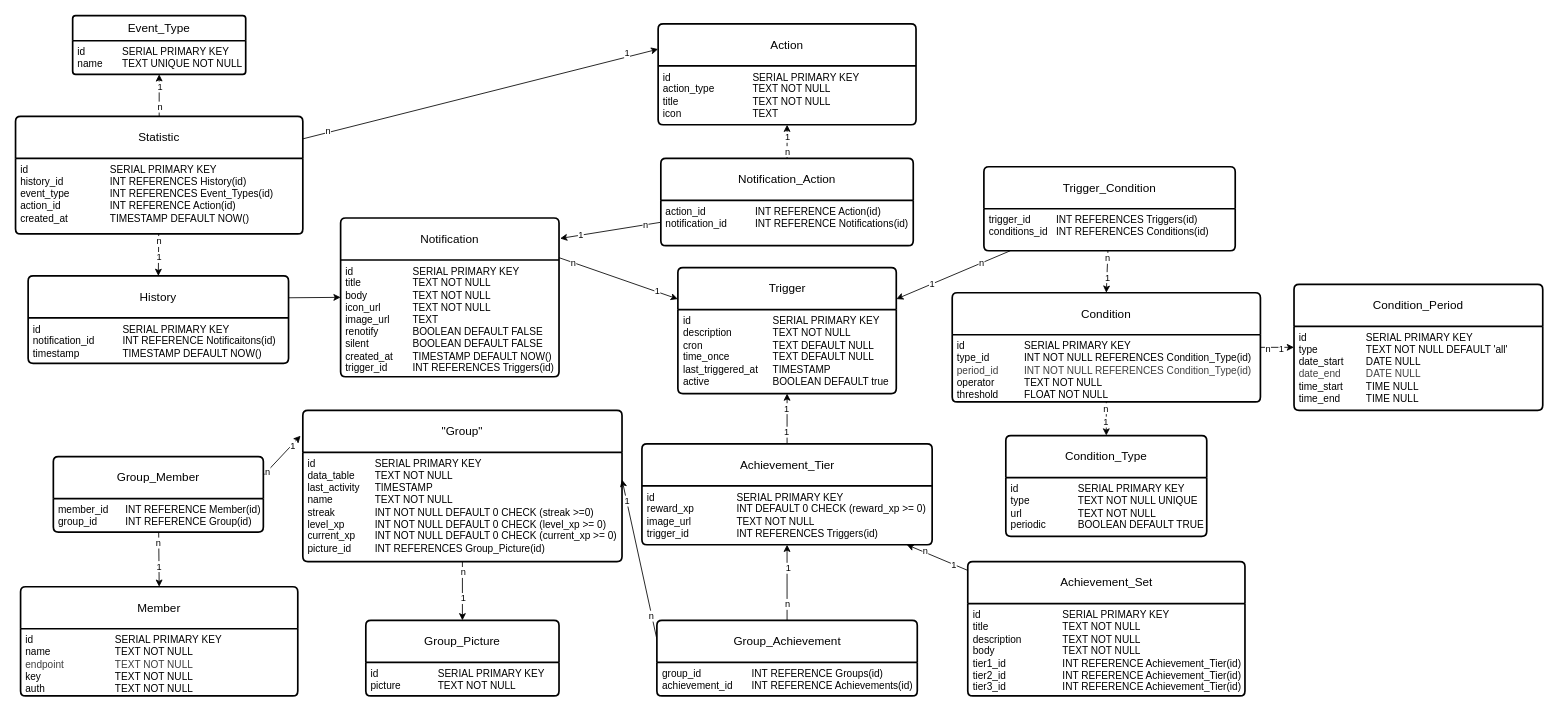
Before: Database/docs/database_construction.drawio in olHannes/WebPush-Docs, a draw.io diagram. Source tidied: cells renumbered, new cells numbered last; positions are measured from the earlier drawing's top-left corner, leaving out a move shared by most shapes. Both pictures are drawn from the tidied source at 84%, with x=0, y=0 at pixel (15, 15).
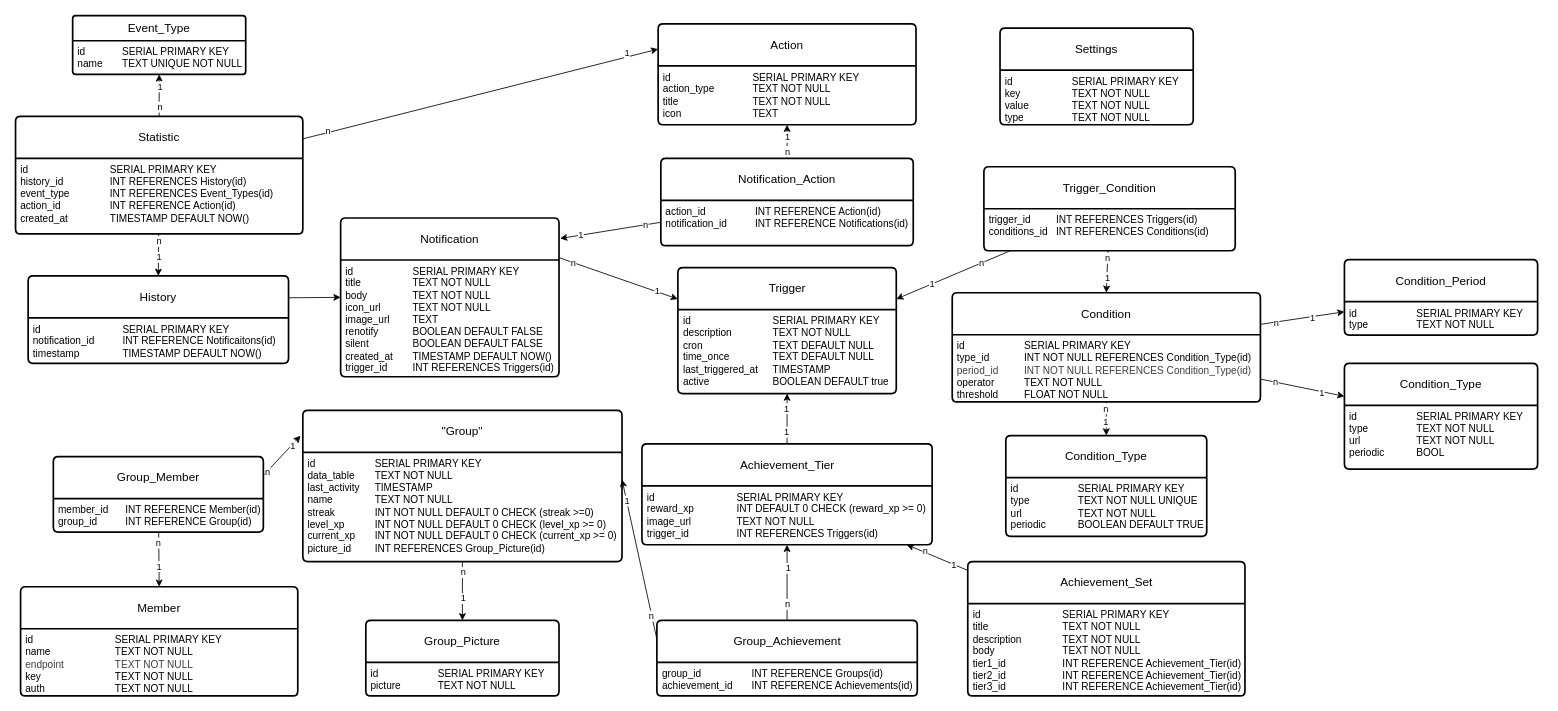
The same diagram, later.

Commit message:
updated database diagram

Unchanged cells that the change refers to:
```xml
<mxCell id="60" value="Condition" style="swimlane;horizontal=1;startSize=50;rounded=1;fontSize=14;fontStyle=0;strokeWidth=2;shadow=0;dashed=0;align=center;arcSize=4;whiteSpace=wrap;html=1;" parent="1" vertex="1">
  <mxGeometry x="1115.1" y="330" width="366.9" height="130" as="geometry" />
</mxCell>
```

Change to the diagram source:
```diff
@@
+    <mxCell id="90" style="edgeStyle=none;html=1;" parent="1" edge="1" source="60" target="93">
+      <mxGeometry relative="1" as="geometry" />
+    </mxCell>
+    <mxCell id="91" value="1" style="edgeLabel;html=1;align=center;verticalAlign=middle;" parent="90" vertex="1">
+      <mxGeometry x="0.44" y="-1" relative="1" as="geometry" />
+    </mxCell>
+    <mxCell id="92" value="n" style="edgeLabel;html=1;align=center;verticalAlign=middle;" parent="90" vertex="1">
+      <mxGeometry x="-0.67" y="1" relative="1" as="geometry">
+        <mxPoint x="1" as="offset" />
+      </mxGeometry>
+    </mxCell>
@@
     <mxCell id="85" value="Condition_Period" style="swimlane;horizontal=1;startSize=50;rounded=1;fontSize=14;fontStyle=0;strokeWidth=2;shadow=0;dashed=0;align=center;arcSize=4;whiteSpace=wrap;html=1;" parent="1" vertex="1">
-      <mxGeometry x="1522" y="320" width="296.1" height="150" as="geometry" />
+      <mxGeometry x="1582" y="290.5" width="230" height="90" as="geometry" />
     </mxCell>
-    <mxCell id="86" value="&lt;div&gt;&lt;div&gt;&lt;div&gt;id&lt;span style=&quot;white-space: pre;&quot;&gt;&#9;&lt;/span&gt;&lt;span style=&quot;white-space: pre;&quot;&gt;&#9;&lt;/span&gt;&lt;span style=&quot;white-space: pre;&quot;&gt;&#9;&lt;/span&gt;SERIAL PRIMARY KEY&lt;/div&gt;&lt;/div&gt;&lt;/div&gt;&lt;div&gt;type&lt;span style=&quot;white-space: pre;&quot;&gt;&#9;&lt;/span&gt;&lt;span style=&quot;white-space: pre;&quot;&gt;&#9;&lt;span style=&quot;white-space: pre;&quot;&gt;&#9;&lt;/span&gt;TEXT NOT NULL DEFAULT 'all'&lt;/span&gt;&lt;/div&gt;&lt;div&gt;date_start&amp;nbsp;&lt;span style=&quot;white-space: pre;&quot;&gt;&#9;&lt;/span&gt;DATE NULL&lt;/div&gt;&lt;div&gt;&lt;span style=&quot;color: rgb(63, 63, 63);&quot;&gt;date_end&amp;nbsp;&lt;/span&gt;&lt;span style=&quot;color: rgb(63, 63, 63); scrollbar-color: rgb(226, 226, 226) rgb(251, 251, 251); white-space-collapse: preserve;&quot;&gt;&#9;&lt;/span&gt;&lt;span style=&quot;color: rgb(63, 63, 63);&quot;&gt;DATE NULL&lt;/span&gt;&lt;/div&gt;&lt;div&gt;time_start&lt;span style=&quot;white-space: pre;&quot;&gt;&#9;&lt;/span&gt;TIME NULL&lt;/div&gt;&lt;div&gt;time_end&lt;span style=&quot;white-space: pre;&quot;&gt;&#9;&lt;/span&gt;&lt;span style=&quot;white-space: pre;&quot;&gt;&#9;&lt;/span&gt;TIME NULL&lt;/div&gt;" style="align=left;strokeColor=none;fillColor=none;spacingLeft=4;fontSize=12;verticalAlign=top;html=1;" parent="85" vertex="1">
-      <mxGeometry y="50" width="296.1" height="100" as="geometry" />
+    <mxCell id="86" value="&lt;div&gt;&lt;div&gt;&lt;div&gt;id&lt;span style=&quot;white-space: pre;&quot;&gt;&#9;&lt;/span&gt;&lt;span style=&quot;white-space: pre;&quot;&gt;&#9;&lt;/span&gt;&lt;span style=&quot;white-space: pre;&quot;&gt;&#9;&lt;/span&gt;SERIAL PRIMARY KEY&lt;/div&gt;&lt;/div&gt;&lt;/div&gt;&lt;div&gt;&lt;span style=&quot;white-space: pre;&quot;&gt;type&lt;span style=&quot;white-space: pre;&quot;&gt;&#9;&lt;/span&gt;&lt;span style=&quot;white-space: pre;&quot;&gt;&#9;&lt;/span&gt;&lt;span style=&quot;white-space: pre;&quot;&gt;&#9;&lt;/span&gt;TEXT NOT NULL&lt;/span&gt;&lt;/div&gt;" style="align=left;strokeColor=none;fillColor=none;spacingLeft=4;fontSize=12;verticalAlign=top;html=1;" parent="85" vertex="1">
+      <mxGeometry y="50" width="230" height="40" as="geometry" />
     </mxCell>
@@
+    <mxCell id="93" value="Condition_Type" style="swimlane;horizontal=1;startSize=50;rounded=1;fontSize=14;fontStyle=0;strokeWidth=2;shadow=0;dashed=0;align=center;arcSize=4;whiteSpace=wrap;html=1;" parent="1" vertex="1">
+      <mxGeometry x="1582" y="414" width="230" height="126" as="geometry" />
+    </mxCell>
+    <mxCell id="94" value="&lt;div&gt;&lt;div&gt;&lt;div&gt;id&lt;span style=&quot;white-space: pre;&quot;&gt;&#9;&lt;/span&gt;&lt;span style=&quot;white-space: pre;&quot;&gt;&#9;&lt;/span&gt;&lt;span style=&quot;white-space: pre;&quot;&gt;&#9;&lt;/span&gt;SERIAL PRIMARY KEY&lt;/div&gt;&lt;/div&gt;&lt;/div&gt;&lt;div&gt;&lt;span style=&quot;white-space: pre;&quot;&gt;type&lt;span style=&quot;white-space: pre;&quot;&gt;&#9;&lt;/span&gt;&lt;span style=&quot;white-space: pre;&quot;&gt;&#9;&lt;/span&gt;&lt;span style=&quot;white-space: pre;&quot;&gt;&#9;&lt;/span&gt;TEXT NOT NULL&lt;/span&gt;&lt;/div&gt;&lt;div&gt;&lt;span style=&quot;white-space: pre;&quot;&gt;url&lt;span style=&quot;white-space: pre;&quot;&gt;&#9;&lt;/span&gt;&lt;span style=&quot;white-space: pre;&quot;&gt;&#9;&lt;/span&gt;&lt;span style=&quot;white-space: pre;&quot;&gt;&#9;&lt;/span&gt;TEXT NOT NULL&lt;/span&gt;&lt;/div&gt;&lt;div&gt;&lt;span style=&quot;white-space: pre;&quot;&gt;periodic&lt;span style=&quot;white-space: pre;&quot;&gt;&#9;&lt;/span&gt;&lt;span style=&quot;white-space: pre;&quot;&gt;&#9;&lt;/span&gt;BOOL&lt;/span&gt;&lt;/div&gt;" style="align=left;strokeColor=none;fillColor=none;spacingLeft=4;fontSize=12;verticalAlign=top;html=1;" parent="93" vertex="1">
+      <mxGeometry y="50" width="230" height="76" as="geometry" />
+    </mxCell>
+    <mxCell id="95" value="Settings" style="swimlane;horizontal=1;startSize=50;rounded=1;fontSize=14;fontStyle=0;strokeWidth=2;shadow=0;dashed=0;align=center;arcSize=4;whiteSpace=wrap;html=1;" parent="1" vertex="1">
+      <mxGeometry x="1172" y="15" width="230" height="115" as="geometry" />
+    </mxCell>
+    <mxCell id="96" value="&lt;div&gt;&lt;div&gt;&lt;div&gt;id&lt;span style=&quot;white-space: pre;&quot;&gt;&#9;&lt;/span&gt;&lt;span style=&quot;white-space: pre;&quot;&gt;&#9;&lt;/span&gt;&lt;span style=&quot;white-space: pre;&quot;&gt;&#9;&lt;/span&gt;SERIAL PRIMARY KEY&lt;/div&gt;&lt;/div&gt;&lt;/div&gt;&lt;div&gt;&lt;span style=&quot;white-space-collapse: preserve;&quot;&gt;key&lt;span style=&quot;white-space: pre;&quot;&gt;&#9;&lt;/span&gt;&lt;span style=&quot;white-space: pre;&quot;&gt;&#9;&lt;/span&gt;&lt;span style=&quot;white-space: pre;&quot;&gt;&#9;&lt;/span&gt;TEXT NOT NULL&lt;/span&gt;&lt;/div&gt;&lt;div&gt;&lt;span style=&quot;white-space-collapse: preserve;&quot;&gt;value&lt;span style=&quot;white-space: pre;&quot;&gt;&#9;&lt;/span&gt;&lt;span style=&quot;white-space: pre;&quot;&gt;&#9;&lt;/span&gt;TEXT NOT NULL&lt;/span&gt;&lt;/div&gt;&lt;div&gt;&lt;span style=&quot;white-space-collapse: preserve;&quot;&gt;type&lt;span style=&quot;white-space: pre;&quot;&gt;&#9;&lt;/span&gt;&lt;span style=&quot;white-space: pre;&quot;&gt;&#9;&lt;/span&gt;&lt;span style=&quot;white-space: pre;&quot;&gt;&#9;&lt;/span&gt;TEXT NOT NULL&lt;/span&gt;&lt;/div&gt;" style="align=left;strokeColor=none;fillColor=none;spacingLeft=4;fontSize=12;verticalAlign=top;html=1;" parent="95" vertex="1">
+      <mxGeometry y="50" width="230" height="65" as="geometry" />
+    </mxCell>
```
